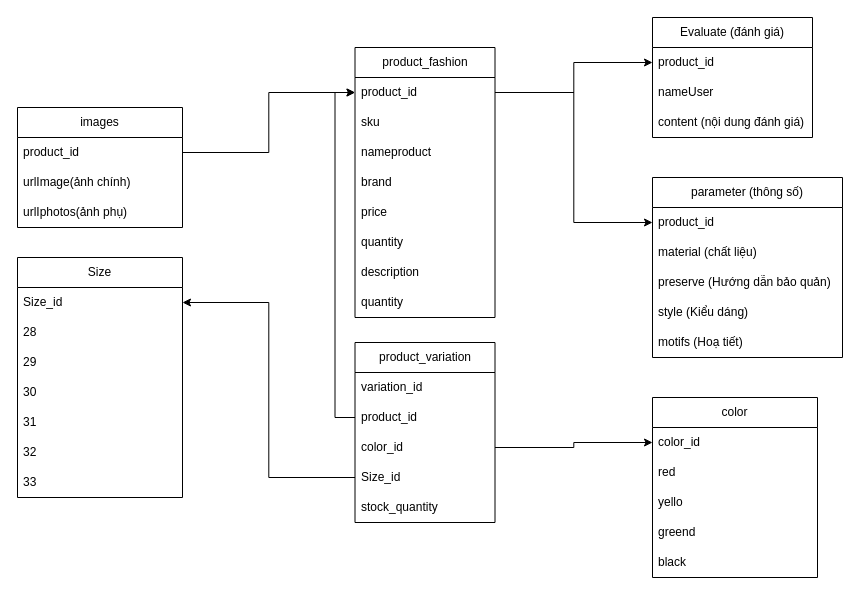
Earlier version of the draw.io diagram csdlfashion.drawio (vuongnd03/black-had). Source tidied: cells renumbered, new cells numbered last; positions are measured from the earlier drawing's top-left corner, leaving out a move shared by most shapes. Both pictures are drawn from the tidied source at 100%, with x=0, y=0 at pixel (17, 17).
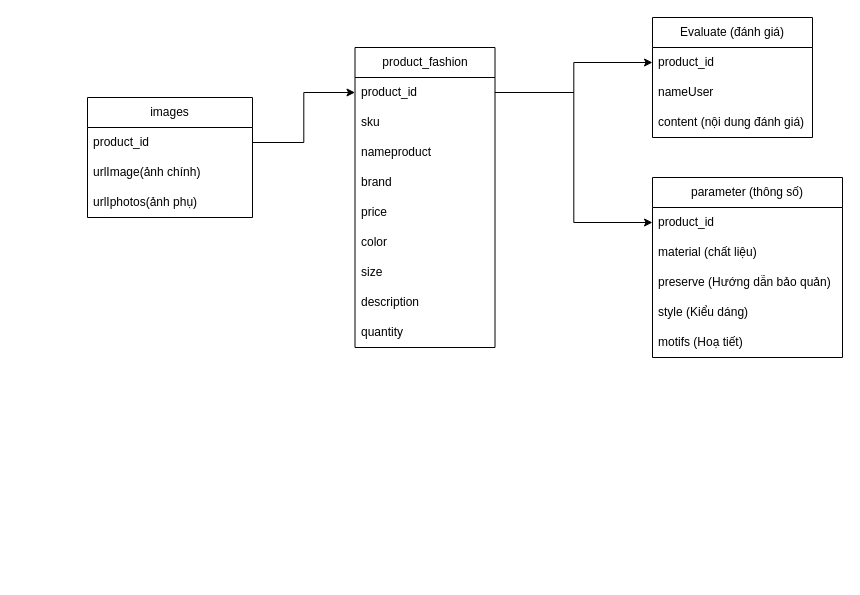
Above is the later version.

Commit message:
Cập nhật csdlfashion.drawio

The change refers to these unchanged cells:
```xml
<mxCell id="3" value="product_id" style="text;strokeColor=none;fillColor=none;align=left;verticalAlign=middle;spacingLeft=4;spacingRight=4;overflow=hidden;points=[[0,0.5],[1,0.5]];portConstraint=eastwest;whiteSpace=wrap;html=1;" parent="2" vertex="1">
  <mxGeometry y="30" width="140" height="30" as="geometry" />
</mxCell>
```

The edit, as a diff of the source:
```diff
@@
     <mxCell id="2" value="product_fashion" style="swimlane;fontStyle=0;horizontal=1;startSize=30;whiteSpace=wrap;html=1;" parent="1" vertex="1">
-      <mxGeometry x="337.5" y="30" width="140" height="270" as="geometry" />
+      <mxGeometry x="337.5" y="30" width="140" height="300" as="geometry" />
     </mxCell>
@@
-    <mxCell id="8" value="quantity" style="text;strokeColor=none;fillColor=none;align=left;verticalAlign=middle;spacingLeft=4;spacingRight=4;overflow=hidden;whiteSpace=wrap;html=1;" parent="2" vertex="1">
-      <mxGeometry y="180" width="140" height="30" as="geometry" />
-    </mxCell>
+    <mxCell id="27" value="color" style="text;strokeColor=none;fillColor=none;align=left;verticalAlign=middle;spacingLeft=4;spacingRight=4;overflow=hidden;whiteSpace=wrap;html=1;" parent="2" vertex="1">
+      <mxGeometry y="180" width="140" height="30" as="geometry" />
+    </mxCell>
+    <mxCell id="51" value="size" style="text;strokeColor=none;fillColor=none;align=left;verticalAlign=middle;spacingLeft=4;spacingRight=4;overflow=hidden;whiteSpace=wrap;html=1;" parent="2" vertex="1">
+      <mxGeometry y="210" width="140" height="30" as="geometry" />
+    </mxCell>
     <mxCell id="9" value="description" style="text;strokeColor=none;fillColor=none;align=left;verticalAlign=middle;spacingLeft=4;spacingRight=4;overflow=hidden;whiteSpace=wrap;html=1;" parent="2" vertex="1">
-      <mxGeometry y="210" width="140" height="30" as="geometry" />
+      <mxGeometry y="240" width="140" height="30" as="geometry" />
     </mxCell>
     <mxCell id="10" value="quantity" style="text;strokeColor=none;fillColor=none;align=left;verticalAlign=middle;spacingLeft=4;spacingRight=4;overflow=hidden;whiteSpace=wrap;html=1;" parent="2" vertex="1">
-      <mxGeometry y="240" width="140" height="30" as="geometry" />
+      <mxGeometry y="270" width="140" height="30" as="geometry" />
     </mxCell>
@@
     <mxCell id="23" value="images" style="swimlane;fontStyle=0;horizontal=1;startSize=30;whiteSpace=wrap;html=1;" parent="1" vertex="1">
-      <mxGeometry y="90" width="165" height="120" as="geometry" />
+      <mxGeometry x="70" y="80" width="165" height="120" as="geometry" />
     </mxCell>
@@
-    <mxCell id="27" value="color" style="swimlane;fontStyle=0;horizontal=1;startSize=30;whiteSpace=wrap;html=1;" parent="1" vertex="1">
-      <mxGeometry x="635" y="380" width="165" height="180" as="geometry" />
-    </mxCell>
-    <mxCell id="28" value="color_id" style="text;strokeColor=none;fillColor=none;align=left;verticalAlign=middle;spacingLeft=4;spacingRight=4;overflow=hidden;points=[[0,0.5],[1,0.5]];portConstraint=eastwest;whiteSpace=wrap;html=1;" parent="27" vertex="1">
-      <mxGeometry y="30" width="165" height="30" as="geometry" />
-    </mxCell>
-    <mxCell id="29" value="red" style="text;strokeColor=none;fillColor=none;align=left;verticalAlign=middle;spacingLeft=4;spacingRight=4;overflow=hidden;whiteSpace=wrap;html=1;" parent="27" vertex="1">
-      <mxGeometry y="60" width="165" height="30" as="geometry" />
-    </mxCell>
-    <mxCell id="30" value="yello" style="text;strokeColor=none;fillColor=none;align=left;verticalAlign=middle;spacingLeft=4;spacingRight=4;overflow=hidden;whiteSpace=wrap;html=1;" parent="27" vertex="1">
-      <mxGeometry y="90" width="165" height="30" as="geometry" />
-    </mxCell>
-    <mxCell id="31" value="greend" style="text;strokeColor=none;fillColor=none;align=left;verticalAlign=middle;spacingLeft=4;spacingRight=4;overflow=hidden;whiteSpace=wrap;html=1;" parent="27" vertex="1">
-      <mxGeometry y="120" width="165" height="30" as="geometry" />
-    </mxCell>
-    <mxCell id="32" value="black" style="text;strokeColor=none;fillColor=none;align=left;verticalAlign=middle;spacingLeft=4;spacingRight=4;overflow=hidden;whiteSpace=wrap;html=1;" parent="27" vertex="1">
-      <mxGeometry y="150" width="165" height="30" as="geometry" />
-    </mxCell>
-    <mxCell id="33" value="Size" style="swimlane;fontStyle=0;horizontal=1;startSize=30;whiteSpace=wrap;html=1;" parent="1" vertex="1">
-      <mxGeometry y="240" width="165" height="240" as="geometry" />
-    </mxCell>
-    <mxCell id="34" value="Size_id" style="text;strokeColor=none;fillColor=none;align=left;verticalAlign=middle;spacingLeft=4;spacingRight=4;overflow=hidden;points=[[0,0.5],[1,0.5]];portConstraint=eastwest;whiteSpace=wrap;html=1;" parent="33" vertex="1">
-      <mxGeometry y="30" width="165" height="30" as="geometry" />
-    </mxCell>
-    <mxCell id="35" value="28" style="text;strokeColor=none;fillColor=none;align=left;verticalAlign=middle;spacingLeft=4;spacingRight=4;overflow=hidden;whiteSpace=wrap;html=1;" parent="33" vertex="1">
-      <mxGeometry y="60" width="165" height="30" as="geometry" />
-    </mxCell>
-    <mxCell id="36" value="29" style="text;strokeColor=none;fillColor=none;align=left;verticalAlign=middle;spacingLeft=4;spacingRight=4;overflow=hidden;whiteSpace=wrap;html=1;" parent="33" vertex="1">
-      <mxGeometry y="90" width="165" height="30" as="geometry" />
-    </mxCell>
-    <mxCell id="37" value="30" style="text;strokeColor=none;fillColor=none;align=left;verticalAlign=middle;spacingLeft=4;spacingRight=4;overflow=hidden;whiteSpace=wrap;html=1;" parent="33" vertex="1">
-      <mxGeometry y="120" width="165" height="30" as="geometry" />
-    </mxCell>
-    <mxCell id="38" value="31" style="text;strokeColor=none;fillColor=none;align=left;verticalAlign=middle;spacingLeft=4;spacingRight=4;overflow=hidden;whiteSpace=wrap;html=1;" parent="33" vertex="1">
-      <mxGeometry y="150" width="165" height="30" as="geometry" />
-    </mxCell>
-    <mxCell id="39" value="32" style="text;strokeColor=none;fillColor=none;align=left;verticalAlign=middle;spacingLeft=4;spacingRight=4;overflow=hidden;whiteSpace=wrap;html=1;" parent="33" vertex="1">
-      <mxGeometry y="180" width="165" height="30" as="geometry" />
-    </mxCell>
-    <mxCell id="40" value="33" style="text;strokeColor=none;fillColor=none;align=left;verticalAlign=middle;spacingLeft=4;spacingRight=4;overflow=hidden;whiteSpace=wrap;html=1;" parent="33" vertex="1">
-      <mxGeometry y="210" width="165" height="30" as="geometry" />
-    </mxCell>
-    <mxCell id="41" value="product_variation" style="swimlane;fontStyle=0;horizontal=1;startSize=30;whiteSpace=wrap;html=1;" parent="1" vertex="1">
-      <mxGeometry x="337.5" y="325" width="140" height="180" as="geometry" />
-    </mxCell>
-    <mxCell id="42" value="variation_id" style="text;strokeColor=none;fillColor=none;align=left;verticalAlign=middle;spacingLeft=4;spacingRight=4;overflow=hidden;whiteSpace=wrap;html=1;" parent="41" vertex="1">
-      <mxGeometry y="30" width="140" height="30" as="geometry" />
-    </mxCell>
-    <mxCell id="43" value="product_id" style="text;strokeColor=none;fillColor=none;align=left;verticalAlign=middle;spacingLeft=4;spacingRight=4;overflow=hidden;points=[[0,0.5],[1,0.5]];portConstraint=eastwest;whiteSpace=wrap;html=1;" parent="41" vertex="1">
-      <mxGeometry y="60" width="140" height="30" as="geometry" />
-    </mxCell>
-    <mxCell id="44" value="color_id" style="text;strokeColor=none;fillColor=none;align=left;verticalAlign=middle;spacingLeft=4;spacingRight=4;overflow=hidden;points=[[0,0.5],[1,0.5]];portConstraint=eastwest;whiteSpace=wrap;html=1;" parent="41" vertex="1">
-      <mxGeometry y="90" width="140" height="30" as="geometry" />
-    </mxCell>
-    <mxCell id="45" value="Size_id" style="text;strokeColor=none;fillColor=none;align=left;verticalAlign=middle;spacingLeft=4;spacingRight=4;overflow=hidden;points=[[0,0.5],[1,0.5]];portConstraint=eastwest;whiteSpace=wrap;html=1;" parent="41" vertex="1">
-      <mxGeometry y="120" width="140" height="30" as="geometry" />
-    </mxCell>
-    <mxCell id="46" value="stock_quantity" style="text;strokeColor=none;fillColor=none;align=left;verticalAlign=middle;spacingLeft=4;spacingRight=4;overflow=hidden;whiteSpace=wrap;html=1;" parent="41" vertex="1">
-      <mxGeometry y="150" width="140" height="30" as="geometry" />
-    </mxCell>
-    <mxCell id="47" style="edgeStyle=orthogonalEdgeStyle;rounded=0;jettySize=auto;html=1;entryX=0;entryY=0.5;entryDx=0;entryDy=0;" parent="1" edge="1" source="44" target="28">
-      <mxGeometry relative="1" as="geometry" />
-    </mxCell>
-    <mxCell id="48" style="edgeStyle=orthogonalEdgeStyle;rounded=0;jettySize=auto;html=1;entryX=1;entryY=0.5;entryDx=0;entryDy=0;" parent="1" edge="1" source="45" target="34">
-      <mxGeometry relative="1" as="geometry" />
-    </mxCell>
@@
-    <mxCell id="50" style="edgeStyle=orthogonalEdgeStyle;rounded=0;jettySize=auto;html=1;entryX=0;entryY=0.5;entryDx=0;entryDy=0;" parent="1" edge="1" source="43" target="3">
-      <mxGeometry relative="1" as="geometry" />
-    </mxCell>
```
